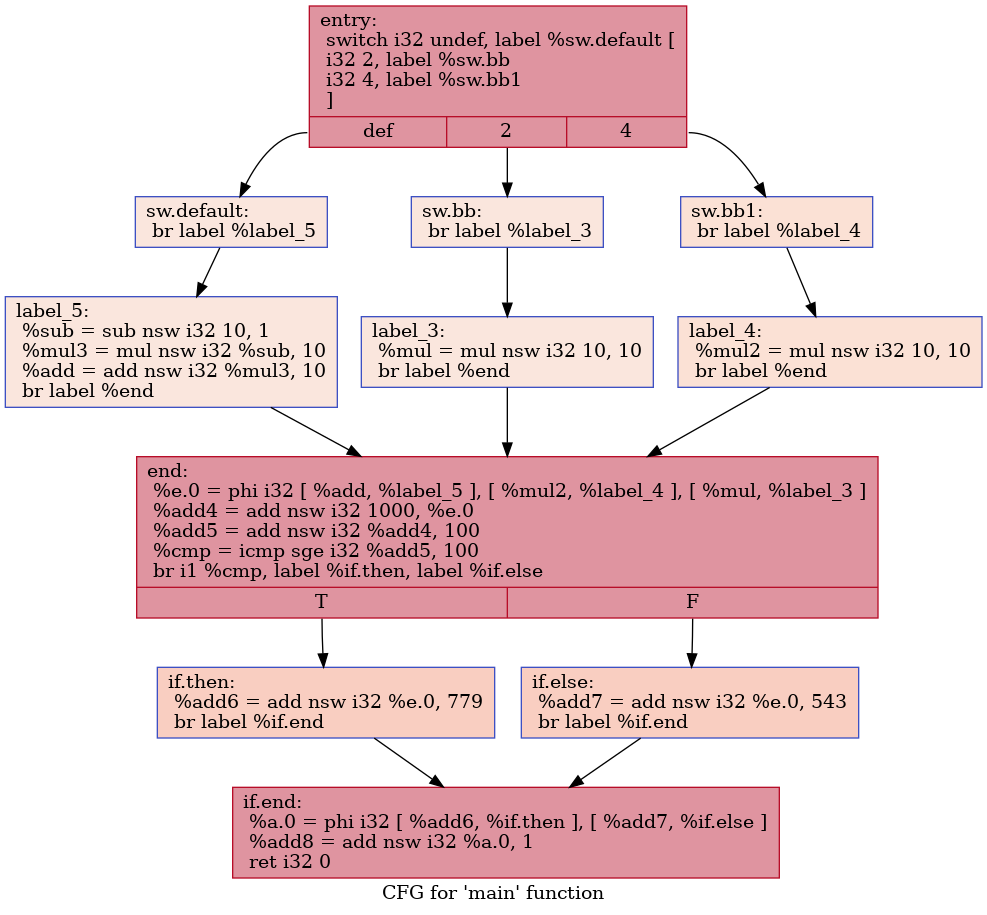
This is IR/cfg/baseline.dot.png from HPSSA-LLVM/HPSSA-LLVM, a Graphviz export, as it was before one commit. Its source is kept beside it as IR/cfg/baseline.dot.
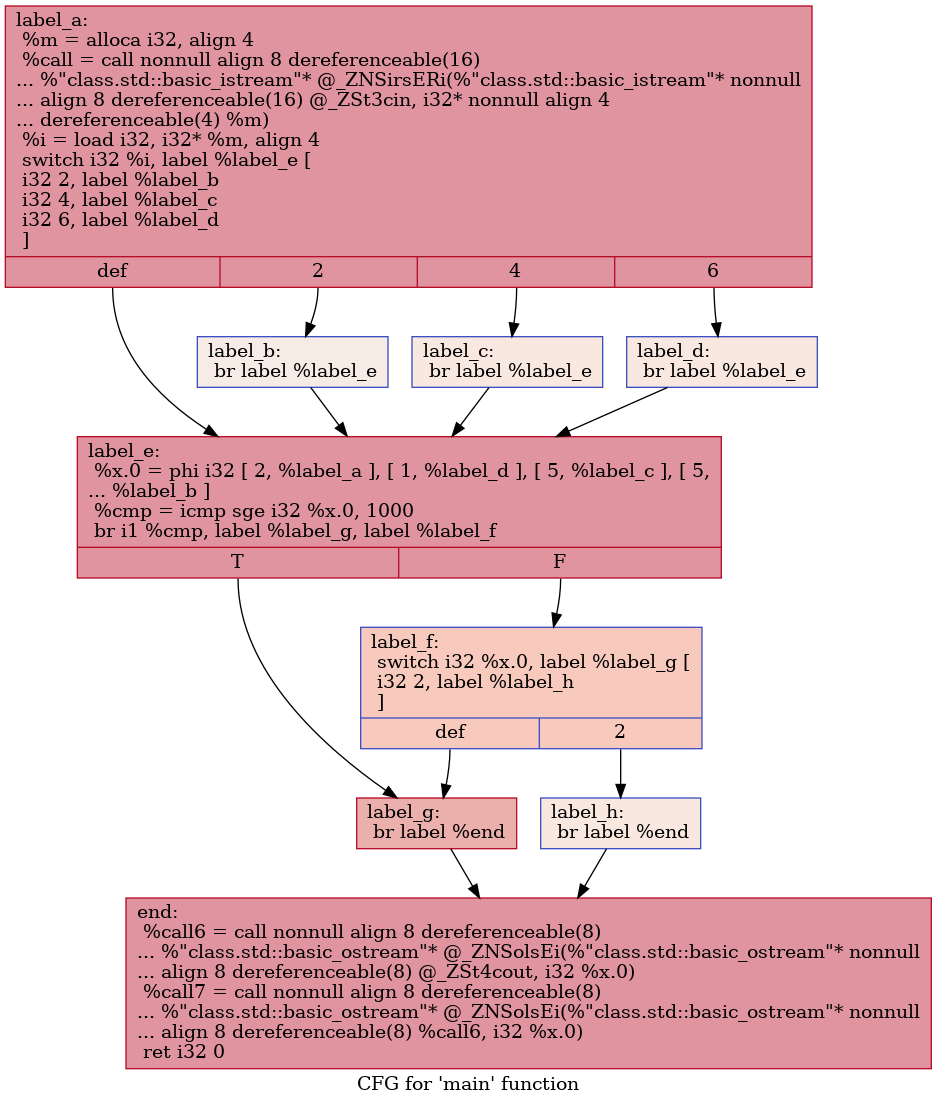
The same file after the commit.

What changed in the source:
```diff
@@ -1,28 +1,26 @@
 digraph "CFG for 'main' function" {
 	label="CFG for 'main' function";
 
-	Node0x559b91c5f880 [shape=record,color="#b70d28ff", style=filled, fillcolor="#b70d2870",label="{entry:\l  switch i32 undef, label %sw.default [\l    i32 2, label %sw.bb\l    i32 4, label %sw.bb1\l  ]\l|{<s0>def|<s1>2|<s2>4}}"];
-	Node0x559b91c5f880:s0 -> Node0x559b91c5fde0;
-	Node0x559b91c5f880:s1 -> Node0x559b91c5fe60;
-	Node0x559b91c5f880:s2 -> Node0x559b91c5ff00;
-	Node0x559b91c5fe60 [shape=record,color="#3d50c3ff", style=filled, fillcolor="#f3c7b170",label="{sw.bb:                                            \l  br label %label_3\l}"];
-	Node0x559b91c5fe60 -> Node0x559b91c60090;
-	Node0x559b91c5ff00 [shape=record,color="#3d50c3ff", style=filled, fillcolor="#f7bca170",label="{sw.bb1:                                           \l  br label %label_4\l}"];
-	Node0x559b91c5ff00 -> Node0x559b91c60170;
-	Node0x559b91c5fde0 [shape=record,color="#3d50c3ff", style=filled, fillcolor="#f3c7b170",label="{sw.default:                                       \l  br label %label_5\l}"];
-	Node0x559b91c5fde0 -> Node0x559b91c60250;
-	Node0x559b91c60090 [shape=record,color="#3d50c3ff", style=filled, fillcolor="#f3c7b170",label="{label_3:                                          \l  %mul = mul nsw i32 10, 10\l  br label %end\l}"];
-	Node0x559b91c60090 -> Node0x559b91c60410;
-	Node0x559b91c60170 [shape=record,color="#3d50c3ff", style=filled, fillcolor="#f7bca170",label="{label_4:                                          \l  %mul2 = mul nsw i32 10, 10\l  br label %end\l}"];
-	Node0x559b91c60170 -> Node0x559b91c60410;
-	Node0x559b91c60250 [shape=record,color="#3d50c3ff", style=filled, fillcolor="#f3c7b170",label="{label_5:                                          \l  %sub = sub nsw i32 10, 1\l  %mul3 = mul nsw i32 %sub, 10\l  %add = add nsw i32 %mul3, 10\l  br label %end\l}"];
-	Node0x559b91c60250 -> Node0x559b91c60410;
-	Node0x559b91c60410 [shape=record,color="#b70d28ff", style=filled, fillcolor="#b70d2870",label="{end:                                              \l  %e.0 = phi i32 [ %add, %label_5 ], [ %mul2, %label_4 ], [ %mul, %label_3 ]\l  %add4 = add nsw i32 1000, %e.0\l  %add5 = add nsw i32 %add4, 100\l  %cmp = icmp sge i32 %add5, 100\l  br i1 %cmp, label %if.then, label %if.else\l|{<s0>T|<s1>F}}"];
-	Node0x559b91c60410:s0 -> Node0x559b91c60dc0;
-	Node0x559b91c60410:s1 -> Node0x559b91c60e30;
-	Node0x559b91c60dc0 [shape=record,color="#3d50c3ff", style=filled, fillcolor="#f2907270",label="{if.then:                                          \l  %add6 = add nsw i32 %e.0, 779\l  br label %if.end\l}"];
-	Node0x559b91c60dc0 -> Node0x559b91c61030;
-	Node0x559b91c60e30 [shape=record,color="#3d50c3ff", style=filled, fillcolor="#f2907270",label="{if.else:                                          \l  %add7 = add nsw i32 %e.0, 543\l  br label %if.end\l}"];
-	Node0x559b91c60e30 -> Node0x559b91c61030;
-	Node0x559b91c61030 [shape=record,color="#b70d28ff", style=filled, fillcolor="#b70d2870",label="{if.end:                                           \l  %a.0 = phi i32 [ %add6, %if.then ], [ %add7, %if.else ]\l  %add8 = add nsw i32 %a.0, 1\l  ret i32 0\l}"];
+	Node0x557325442e50 [shape=record,color="#b70d28ff", style=filled, fillcolor="#b70d2870",label="{label_a:\l  %m = alloca i32, align 4\l  %call = call nonnull align 8 dereferenceable(16)\l... %\"class.std::basic_istream\"* @_ZNSirsERi(%\"class.std::basic_istream\"* nonnull\l... align 8 dereferenceable(16) @_ZSt3cin, i32* nonnull align 4\l... dereferenceable(4) %m)\l  %i = load i32, i32* %m, align 4\l  switch i32 %i, label %label_e [\l    i32 2, label %label_b\l    i32 4, label %label_c\l    i32 6, label %label_d\l  ]\l|{<s0>def|<s1>2|<s2>4|<s3>6}}"];
+	Node0x557325442e50:s0 -> Node0x557325443290;
+	Node0x557325442e50:s1 -> Node0x557325443390;
+	Node0x557325442e50:s2 -> Node0x557325443490;
+	Node0x557325442e50:s3 -> Node0x557325443590;
+	Node0x557325443390 [shape=record,color="#3d50c3ff", style=filled, fillcolor="#ecd3c570",label="{label_b:                                          \l  br label %label_e\l}"];
+	Node0x557325443390 -> Node0x557325443290;
+	Node0x557325443490 [shape=record,color="#3d50c3ff", style=filled, fillcolor="#f1ccb870",label="{label_c:                                          \l  br label %label_e\l}"];
+	Node0x557325443490 -> Node0x557325443290;
+	Node0x557325443590 [shape=record,color="#3d50c3ff", style=filled, fillcolor="#f1ccb870",label="{label_d:                                          \l  br label %label_e\l}"];
+	Node0x557325443590 -> Node0x557325443290;
+	Node0x557325443290 [shape=record,color="#b70d28ff", style=filled, fillcolor="#b70d2870",label="{label_e:                                          \l  %x.0 = phi i32 [ 2, %label_a ], [ 1, %label_d ], [ 5, %label_c ], [ 5,\l... %label_b ]\l  %cmp = icmp sge i32 %x.0, 1000\l  br i1 %cmp, label %label_g, label %label_f\l|{<s0>T|<s1>F}}"];
+	Node0x557325443290:s0 -> Node0x557325443a30;
+	Node0x557325443290:s1 -> Node0x557325443aa0;
+	Node0x557325443aa0 [shape=record,color="#3d50c3ff", style=filled, fillcolor="#ef886b70",label="{label_f:                                          \l  switch i32 %x.0, label %label_g [\l    i32 2, label %label_h\l  ]\l|{<s0>def|<s1>2}}"];
+	Node0x557325443aa0:s0 -> Node0x557325443a30;
+	Node0x557325443aa0:s1 -> Node0x557325443bc0;
+	Node0x557325443a30 [shape=record,color="#b70d28ff", style=filled, fillcolor="#d24b4070",label="{label_g:                                          \l  br label %end\l}"];
+	Node0x557325443a30 -> Node0x557325443eb0;
+	Node0x557325443bc0 [shape=record,color="#3d50c3ff", style=filled, fillcolor="#f1ccb870",label="{label_h:                                          \l  br label %end\l}"];
+	Node0x557325443bc0 -> Node0x557325443eb0;
+	Node0x557325443eb0 [shape=record,color="#b70d28ff", style=filled, fillcolor="#b70d2870",label="{end:                                              \l  %call6 = call nonnull align 8 dereferenceable(8)\l... %\"class.std::basic_ostream\"* @_ZNSolsEi(%\"class.std::basic_ostream\"* nonnull\l... align 8 dereferenceable(8) @_ZSt4cout, i32 %x.0)\l  %call7 = call nonnull align 8 dereferenceable(8)\l... %\"class.std::basic_ostream\"* @_ZNSolsEi(%\"class.std::basic_ostream\"* nonnull\l... align 8 dereferenceable(8) %call6, i32 %x.0)\l  ret i32 0\l}"];
 }
```
